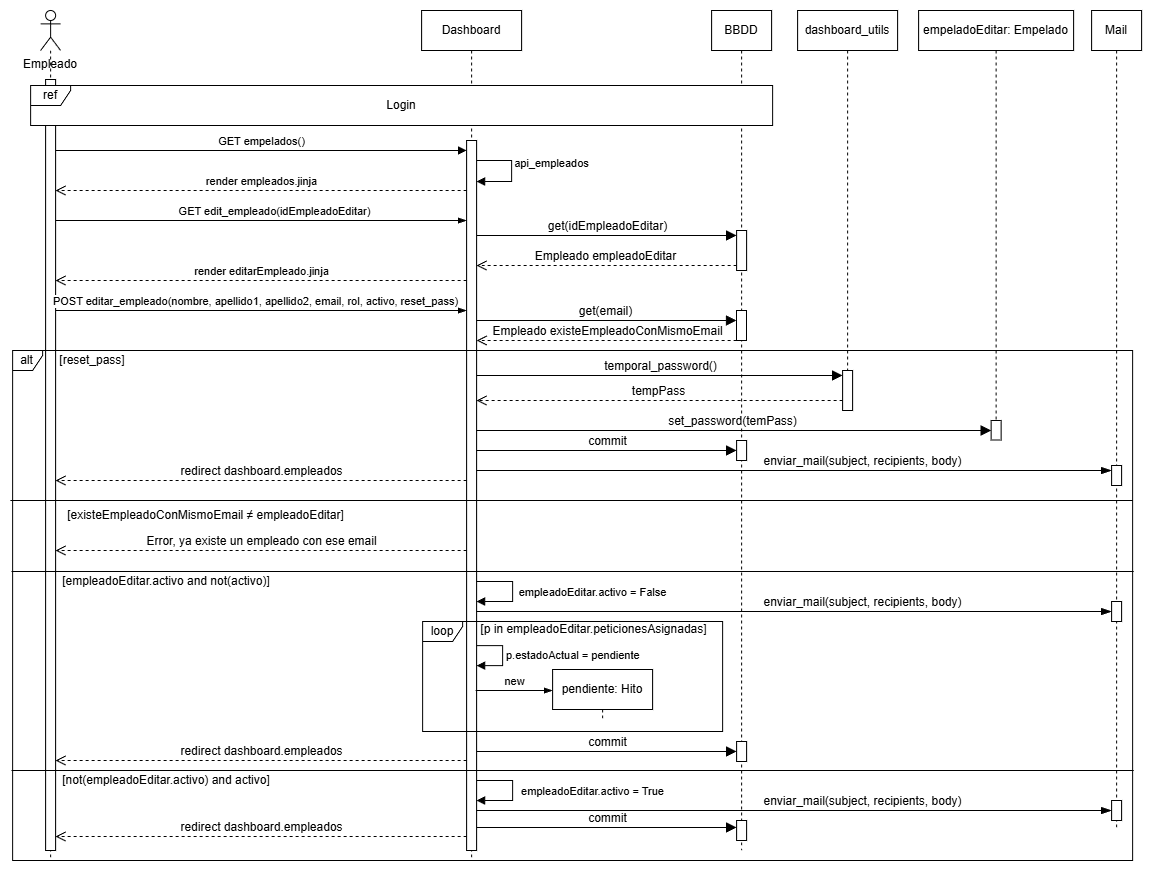
Before: documents/img/diagramas/secuencia_editar_empleado.png, a diagram exported from draw.io (humaral/tfg). Source tidied: cells renumbered, new cells last; positions are measured from the earlier drawing's top-left corner, leaving out a move shared by most shapes.
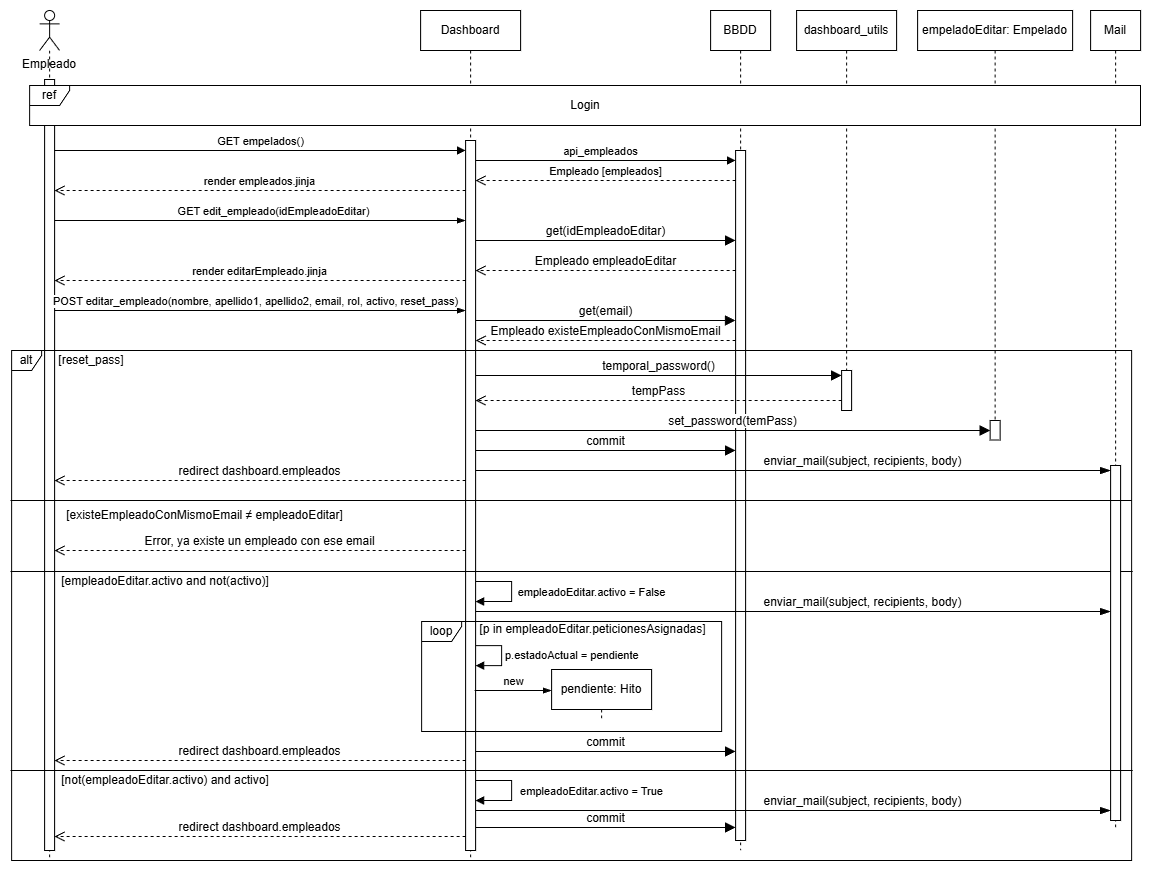
After the change.

The edit, as a diff of the source:
```diff
@@ -14,16 +14,6 @@
     <mxCell id="5" style="html=1;points=[[0,0,0,0,5],[0,1,0,0,-5],[1,0,0,0,5],[1,1,0,0,-5]];perimeter=orthogonalPerimeter;outlineConnect=0;targetShapes=umlLifeline;portConstraint=eastwest;newEdgeStyle={&quot;curved&quot;:0,&quot;rounded&quot;:0};" parent="4" vertex="1">
       <mxGeometry x="45" y="130" width="10" height="710" as="geometry" />
     </mxCell>
-    <mxCell id="6" value="api_empleados" style="html=1;verticalAlign=bottom;endArrow=block;curved=0;rounded=0;" parent="4" edge="1" source="5">
-      <mxGeometry x="0.05" y="40" relative="1" as="geometry">
-        <mxPoint x="55" y="171" as="targetPoint" />
-        <Array as="points">
-          <mxPoint x="70" y="150" />
-          <mxPoint x="90" y="150" />
-          <mxPoint x="90" y="171" />
-        </Array>
-      </mxGeometry>
-    </mxCell>
     <mxCell id="7" value="empleadoEditar.activo = False" style="html=1;verticalAlign=bottom;endArrow=block;curved=0;rounded=0;" parent="4" edge="1">
       <mxGeometry x="0.22" y="-80" relative="1" as="geometry">
         <mxPoint x="55" y="571" as="sourcePoint" />
@@ -58,17 +48,8 @@
       <mxGeometry x="701.1" width="60" height="840" as="geometry" />
     </mxCell>
     <mxCell id="12" style="html=1;points=[[0,0,0,0,5],[0,1,0,0,-5],[1,0,0,0,5],[1,1,0,0,-5]];perimeter=orthogonalPerimeter;outlineConnect=0;targetShapes=umlLifeline;portConstraint=eastwest;newEdgeStyle={&quot;curved&quot;:0,&quot;rounded&quot;:0};" parent="11" vertex="1">
-      <mxGeometry x="25" y="220" width="10" height="40" as="geometry" />
+      <mxGeometry x="25" y="140" width="10" height="690" as="geometry" />
     </mxCell>
-    <mxCell id="13" style="html=1;points=[[0,0,0,0,5],[0,1,0,0,-5],[1,0,0,0,5],[1,1,0,0,-5]];perimeter=orthogonalPerimeter;outlineConnect=0;targetShapes=umlLifeline;portConstraint=eastwest;newEdgeStyle={&quot;curved&quot;:0,&quot;rounded&quot;:0};" parent="11" vertex="1">
-      <mxGeometry x="24.9" y="300" width="10" height="30" as="geometry" />
-    </mxCell>
-    <mxCell id="14" value="ref" style="shape=umlFrame;whiteSpace=wrap;html=1;gradientColor=none;strokeColor=default;swimlaneFillColor=default;width=40;height=20;" parent="1" vertex="1">
-      <mxGeometry x="20.1" y="75" width="742" height="40" as="geometry" />
-    </mxCell>
-    <mxCell id="15" value="Login" style="text;html=1;whiteSpace=wrap;strokeColor=none;fillColor=none;align=center;verticalAlign=middle;rounded=0;" parent="1" vertex="1">
-      <mxGeometry x="361.1" y="80" width="60" height="30" as="geometry" />
-    </mxCell>
     <mxCell id="16" style="edgeStyle=elbowEdgeStyle;fontSize=12;html=1;endArrow=blockThin;endFill=1;rounded=0;" parent="1" edge="1" source="3" target="5">
       <mxGeometry relative="1" as="geometry">
         <Array as="points">
@@ -107,11 +88,19 @@
         <mxPoint x="34" y="-12" as="offset" />
       </mxGeometry>
     </mxCell>
-    <mxCell id="22" value="get(idEmpleadoEditar)" style="html=1;verticalAlign=bottom;endArrow=block;curved=0;rounded=0;entryX=0;entryY=0;entryDx=0;entryDy=5;fontSize=12;startSize=8;endSize=8;" parent="1" edge="1" source="5" target="12">
-      <mxGeometry relative="1" as="geometry" />
+    <mxCell id="22" value="get(idEmpleadoEditar)" style="html=1;verticalAlign=bottom;endArrow=block;curved=0;rounded=0;fontSize=12;startSize=8;endSize=8;" parent="1" edge="1" source="5" target="12">
+      <mxGeometry relative="1" as="geometry">
+        <Array as="points">
+          <mxPoint x="591" y="230" />
+        </Array>
+      </mxGeometry>
     </mxCell>
-    <mxCell id="23" value="Empleado empleadoEditar" style="html=1;verticalAlign=bottom;endArrow=open;dashed=1;endSize=8;curved=0;rounded=0;exitX=0;exitY=1;exitDx=0;exitDy=-5;fontSize=12;" parent="1" edge="1" source="12" target="5">
-      <mxGeometry relative="1" as="geometry" />
+    <mxCell id="23" value="Empleado empleadoEditar" style="html=1;verticalAlign=bottom;endArrow=open;dashed=1;endSize=8;curved=0;rounded=0;fontSize=12;" parent="1" edge="1" source="12" target="5">
+      <mxGeometry relative="1" as="geometry">
+        <Array as="points">
+          <mxPoint x="591" y="260" />
+        </Array>
+      </mxGeometry>
     </mxCell>
     <mxCell id="24" value="alt" style="shape=umlFrame;whiteSpace=wrap;html=1;width=30;height=20;" parent="1" vertex="1">
       <mxGeometry x="2.1" y="340" width="1120" height="510" as="geometry" />
@@ -122,9 +111,10 @@
     <mxCell id="26" value="[reset_pass]" style="text;strokeColor=none;fillColor=none;align=center;verticalAlign=middle;whiteSpace=wrap;" parent="1" vertex="1">
       <mxGeometry x="42.1" y="340" width="80" height="20" as="geometry" />
     </mxCell>
-    <mxCell id="27" value="commit" style="html=1;verticalAlign=bottom;endArrow=block;curved=0;rounded=0;fontSize=12;startSize=8;endSize=8;" parent="1" edge="1" target="30">
+    <mxCell id="27" value="commit" style="html=1;verticalAlign=bottom;endArrow=block;curved=0;rounded=0;fontSize=12;startSize=8;endSize=8;" parent="1" edge="1">
       <mxGeometry relative="1" as="geometry">
         <mxPoint x="466.1" y="440" as="sourcePoint" />
+        <mxPoint x="726.1" y="440" as="targetPoint" />
         <Array as="points">
           <mxPoint x="592.1" y="440" />
         </Array>
@@ -145,29 +135,26 @@
         </Array>
       </mxGeometry>
     </mxCell>
-    <mxCell id="30" style="html=1;points=[[0,0,0,0,5],[0,1,0,0,-5],[1,0,0,0,5],[1,1,0,0,-5]];perimeter=orthogonalPerimeter;outlineConnect=0;targetShapes=umlLifeline;portConstraint=eastwest;newEdgeStyle={&quot;curved&quot;:0,&quot;rounded&quot;:0};" parent="1" vertex="1">
-      <mxGeometry x="726.1" y="430" width="10" height="20" as="geometry" />
-    </mxCell>
     <mxCell id="31" style="edgeStyle=none;rounded=0;orthogonalLoop=1;jettySize=auto;html=1;curved=0;exitX=0;exitY=0;exitDx=0;exitDy=5;exitPerimeter=0;" parent="1" edge="1">
       <mxGeometry relative="1" as="geometry">
         <mxPoint x="778.1" y="676" as="sourcePoint" />
         <mxPoint x="778.1" y="676" as="targetPoint" />
       </mxGeometry>
     </mxCell>
-    <mxCell id="32" value="tempPass" style="html=1;verticalAlign=bottom;endArrow=open;dashed=1;endSize=8;curved=0;rounded=0;fontSize=12;" parent="1" edge="1" source="34">
-      <mxGeometry relative="1" as="geometry">
-        <mxPoint x="466.1" y="390" as="targetPoint" />
-        <Array as="points">
-          <mxPoint x="652.1" y="390" />
-        </Array>
-      </mxGeometry>
-    </mxCell>
     <mxCell id="33" value="dashboard_utils" style="shape=umlLifeline;perimeter=lifelinePerimeter;whiteSpace=wrap;html=1;newEdgeStyle={&quot;curved&quot;:0,&quot;rounded&quot;:0};" parent="1" vertex="1">
       <mxGeometry x="787.1" width="100" height="400" as="geometry" />
     </mxCell>
     <mxCell id="34" style="html=1;points=[[0,0,0,0,5],[0,1,0,0,-5],[1,0,0,0,5],[1,1,0,0,-5]];perimeter=orthogonalPerimeter;outlineConnect=0;targetShapes=umlLifeline;portConstraint=eastwest;newEdgeStyle={&quot;curved&quot;:0,&quot;rounded&quot;:0};" parent="33" vertex="1">
       <mxGeometry x="45" y="360" width="10" height="40" as="geometry" />
     </mxCell>
+    <mxCell id="32" value="tempPass" style="html=1;verticalAlign=bottom;endArrow=open;dashed=1;endSize=8;curved=0;rounded=0;fontSize=12;" parent="1" edge="1" source="34">
+      <mxGeometry relative="1" as="geometry">
+        <mxPoint x="466.1" y="390" as="targetPoint" />
+        <Array as="points">
+          <mxPoint x="652.1" y="390" />
+        </Array>
+      </mxGeometry>
+    </mxCell>
     <mxCell id="35" value="temporal_password()" style="html=1;verticalAlign=bottom;endArrow=block;curved=0;rounded=0;entryX=0;entryY=0;entryDx=0;entryDy=5;fontSize=12;startSize=8;endSize=8;" parent="1" edge="1" target="34">
       <mxGeometry relative="1" as="geometry">
         <mxPoint x="466.1" y="365" as="sourcePoint" />
@@ -191,14 +178,8 @@
       <mxGeometry x="1081.1" width="50" height="820" as="geometry" />
     </mxCell>
     <mxCell id="40" style="html=1;points=[[0,0,0,0,5],[0,1,0,0,-5],[1,0,0,0,5],[1,1,0,0,-5]];perimeter=orthogonalPerimeter;outlineConnect=0;targetShapes=umlLifeline;portConstraint=eastwest;newEdgeStyle={&quot;curved&quot;:0,&quot;rounded&quot;:0};" parent="39" vertex="1">
-      <mxGeometry x="20" y="455" width="10" height="20" as="geometry" />
+      <mxGeometry x="20" y="455" width="10" height="355" as="geometry" />
     </mxCell>
-    <mxCell id="41" style="html=1;points=[[0,0,0,0,5],[0,1,0,0,-5],[1,0,0,0,5],[1,1,0,0,-5]];perimeter=orthogonalPerimeter;outlineConnect=0;targetShapes=umlLifeline;portConstraint=eastwest;newEdgeStyle={&quot;curved&quot;:0,&quot;rounded&quot;:0};" parent="39" vertex="1">
-      <mxGeometry x="20" y="591" width="10" height="20" as="geometry" />
-    </mxCell>
-    <mxCell id="42" style="html=1;points=[[0,0,0,0,5],[0,1,0,0,-5],[1,0,0,0,5],[1,1,0,0,-5]];perimeter=orthogonalPerimeter;outlineConnect=0;targetShapes=umlLifeline;portConstraint=eastwest;newEdgeStyle={&quot;curved&quot;:0,&quot;rounded&quot;:0};" parent="39" vertex="1">
-      <mxGeometry x="20" y="790" width="10" height="20" as="geometry" />
-    </mxCell>
     <mxCell id="43" style="edgeStyle=elbowEdgeStyle;fontSize=12;html=1;endArrow=blockThin;endFill=1;rounded=0;startSize=8;endSize=8;curved=1;" parent="1" edge="1" target="40">
       <mxGeometry relative="1" as="geometry">
         <mxPoint x="466.1" y="460" as="sourcePoint" />
@@ -212,9 +193,10 @@
         <mxPoint x="-62" y="-14" as="offset" />
       </mxGeometry>
     </mxCell>
-    <mxCell id="45" style="edgeStyle=elbowEdgeStyle;fontSize=12;html=1;endArrow=blockThin;endFill=1;rounded=0;startSize=8;endSize=8;curved=1;" parent="1" edge="1" target="41">
+    <mxCell id="45" style="edgeStyle=elbowEdgeStyle;fontSize=12;html=1;endArrow=blockThin;endFill=1;rounded=0;startSize=8;endSize=8;curved=1;" parent="1" edge="1">
       <mxGeometry relative="1" as="geometry">
         <mxPoint x="466.1" y="601" as="sourcePoint" />
+        <mxPoint x="1101.1" y="601" as="targetPoint" />
         <Array as="points">
           <mxPoint x="832.1" y="601" />
         </Array>
@@ -248,33 +230,32 @@
     <mxCell id="51" value="pendiente: Hito" style="shape=umlLifeline;perimeter=lifelinePerimeter;whiteSpace=wrap;html=1;newEdgeStyle={&quot;curved&quot;:0,&quot;rounded&quot;:0};" parent="1" vertex="1">
       <mxGeometry x="542.1" y="659" width="100" height="52" as="geometry" />
     </mxCell>
-    <mxCell id="52" value="commit" style="html=1;verticalAlign=bottom;endArrow=block;curved=0;rounded=0;fontSize=12;startSize=8;endSize=8;" parent="1" edge="1" target="53">
+    <mxCell id="52" value="commit" style="html=1;verticalAlign=bottom;endArrow=block;curved=0;rounded=0;fontSize=12;startSize=8;endSize=8;" parent="1" edge="1">
       <mxGeometry relative="1" as="geometry">
         <mxPoint x="466.1" y="741" as="sourcePoint" />
+        <mxPoint x="726.1" y="741" as="targetPoint" />
         <Array as="points">
           <mxPoint x="682.1" y="741" />
         </Array>
       </mxGeometry>
     </mxCell>
-    <mxCell id="53" style="html=1;points=[[0,0,0,0,5],[0,1,0,0,-5],[1,0,0,0,5],[1,1,0,0,-5]];perimeter=orthogonalPerimeter;outlineConnect=0;targetShapes=umlLifeline;portConstraint=eastwest;newEdgeStyle={&quot;curved&quot;:0,&quot;rounded&quot;:0};" parent="1" vertex="1">
-      <mxGeometry x="726.1" y="731" width="10" height="20" as="geometry" />
-    </mxCell>
     <mxCell id="54" value="Empleado existeEmpleadoConMismoEmail" style="html=1;verticalAlign=bottom;endArrow=open;dashed=1;endSize=8;curved=0;rounded=0;exitX=0;exitY=1;exitDx=0;exitDy=-5;fontSize=12;" parent="1" edge="1">
       <mxGeometry relative="1" as="geometry">
         <mxPoint x="726.1" y="330" as="sourcePoint" />
         <mxPoint x="466.2" y="330" as="targetPoint" />
       </mxGeometry>
     </mxCell>
-    <mxCell id="55" value="get(email)" style="html=1;verticalAlign=bottom;endArrow=block;curved=0;rounded=0;fontSize=12;startSize=8;endSize=8;" parent="1" edge="1" source="5" target="13">
+    <mxCell id="55" value="get(email)" style="html=1;verticalAlign=bottom;endArrow=block;curved=0;rounded=0;fontSize=12;startSize=8;endSize=8;" parent="1" edge="1" source="5">
       <mxGeometry relative="1" as="geometry">
+        <mxPoint x="726" y="310" as="targetPoint" />
         <Array as="points">
           <mxPoint x="661" y="310" />
         </Array>
       </mxGeometry>
     </mxCell>
-    <mxCell id="56" style="edgeStyle=elbowEdgeStyle;fontSize=12;html=1;endArrow=none;endFill=0;rounded=0;exitX=0;exitY=0.604;exitDx=0;exitDy=0;exitPerimeter=0;entryX=1.002;entryY=0.604;entryDx=0;entryDy=0;entryPerimeter=0;" parent="1" edge="1">
+    <mxCell id="56" style="edgeStyle=elbowEdgeStyle;fontSize=12;html=1;endArrow=none;endFill=0;rounded=0;entryX=1.002;entryY=0.604;entryDx=0;entryDy=0;entryPerimeter=0;" parent="1" edge="1">
       <mxGeometry relative="1" as="geometry">
-        <mxPoint x="-0.1" y="490" as="sourcePoint" />
+        <mxPoint x="1" y="490" as="sourcePoint" />
         <mxPoint x="1122.1" y="490" as="targetPoint" />
       </mxGeometry>
     </mxCell>
@@ -317,8 +298,9 @@
         <mxPoint x="80" y="80" as="offset" />
       </mxGeometry>
     </mxCell>
-    <mxCell id="63" style="edgeStyle=elbowEdgeStyle;fontSize=12;html=1;endArrow=blockThin;endFill=1;rounded=0;startSize=8;endSize=8;curved=1;" parent="1" edge="1" source="5" target="42">
+    <mxCell id="63" style="edgeStyle=elbowEdgeStyle;fontSize=12;html=1;endArrow=blockThin;endFill=1;rounded=0;startSize=8;endSize=8;curved=1;" parent="1" edge="1" source="5">
       <mxGeometry relative="1" as="geometry">
+        <mxPoint x="1101.1" y="800" as="targetPoint" />
         <Array as="points">
           <mxPoint x="621.1" y="800" />
         </Array>
@@ -329,11 +311,9 @@
         <mxPoint x="-62" y="-14" as="offset" />
       </mxGeometry>
     </mxCell>
-    <mxCell id="65" style="html=1;points=[[0,0,0,0,5],[0,1,0,0,-5],[1,0,0,0,5],[1,1,0,0,-5]];perimeter=orthogonalPerimeter;outlineConnect=0;targetShapes=umlLifeline;portConstraint=eastwest;newEdgeStyle={&quot;curved&quot;:0,&quot;rounded&quot;:0};" parent="1" vertex="1">
-      <mxGeometry x="726.1" y="810" width="10" height="20" as="geometry" />
-    </mxCell>
-    <mxCell id="66" value="commit" style="html=1;verticalAlign=bottom;endArrow=block;curved=0;rounded=0;fontSize=12;startSize=8;endSize=8;" parent="1" edge="1" source="5" target="65">
+    <mxCell id="66" value="commit" style="html=1;verticalAlign=bottom;endArrow=block;curved=0;rounded=0;fontSize=12;startSize=8;endSize=8;" parent="1" edge="1" source="5">
       <mxGeometry relative="1" as="geometry">
+        <mxPoint x="726.1" y="817" as="targetPoint" />
         <Array as="points">
           <mxPoint x="671" y="817" />
         </Array>
@@ -347,5 +327,27 @@
         </Array>
       </mxGeometry>
     </mxCell>
+    <mxCell id="6" value="api_empleados" style="html=1;verticalAlign=bottom;endArrow=block;curved=0;rounded=0;" parent="1" edge="1" source="5" target="12">
+      <mxGeometry x="-0.04" relative="1" as="geometry">
+        <Array as="points">
+          <mxPoint x="626" y="150" />
+          <mxPoint x="646" y="150" />
+        </Array>
+      </mxGeometry>
+    </mxCell>
+    <mxCell id="68" value="Empleado [empleados]" style="html=1;verticalAlign=bottom;endArrow=open;dashed=1;endSize=8;curved=0;rounded=0;" parent="1" edge="1" source="12" target="5">
+      <mxGeometry relative="1" as="geometry">
+        <Array as="points">
+          <mxPoint x="691" y="170" />
+          <mxPoint x="661" y="170" />
+        </Array>
+      </mxGeometry>
+    </mxCell>
+    <mxCell id="14" value="ref" style="shape=umlFrame;whiteSpace=wrap;html=1;gradientColor=none;strokeColor=default;swimlaneFillColor=default;width=40;height=20;" parent="1" vertex="1">
+      <mxGeometry x="20.1" y="75" width="1110.9" height="40" as="geometry" />
+    </mxCell>
+    <mxCell id="15" value="Login" style="text;html=1;whiteSpace=wrap;strokeColor=none;fillColor=none;align=center;verticalAlign=middle;rounded=0;" parent="1" vertex="1">
+      <mxGeometry x="545.6" y="80" width="60" height="30" as="geometry" />
+    </mxCell>
   </root>
 </mxGraphModel>
```
